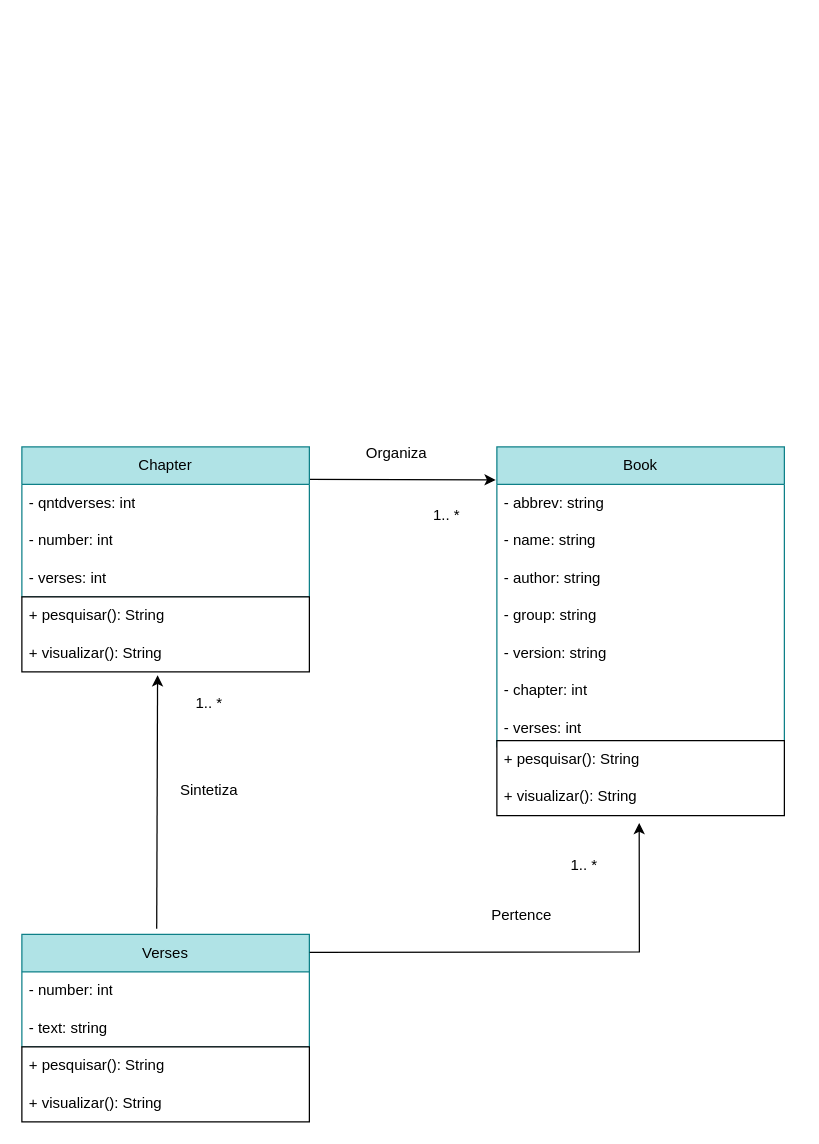
Above: Diagrama sem nome.drawio in GustavoPisanello/ProjetoSpreadBible (draw.io), before the change. Source tidied: cells renumbered, new cells numbered last; positions are measured from the earlier drawing's top-left corner, leaving out a move shared by most shapes. Both pictures are drawn from the tidied source at 125%, with x=0, y=0 at pixel (21, 434).
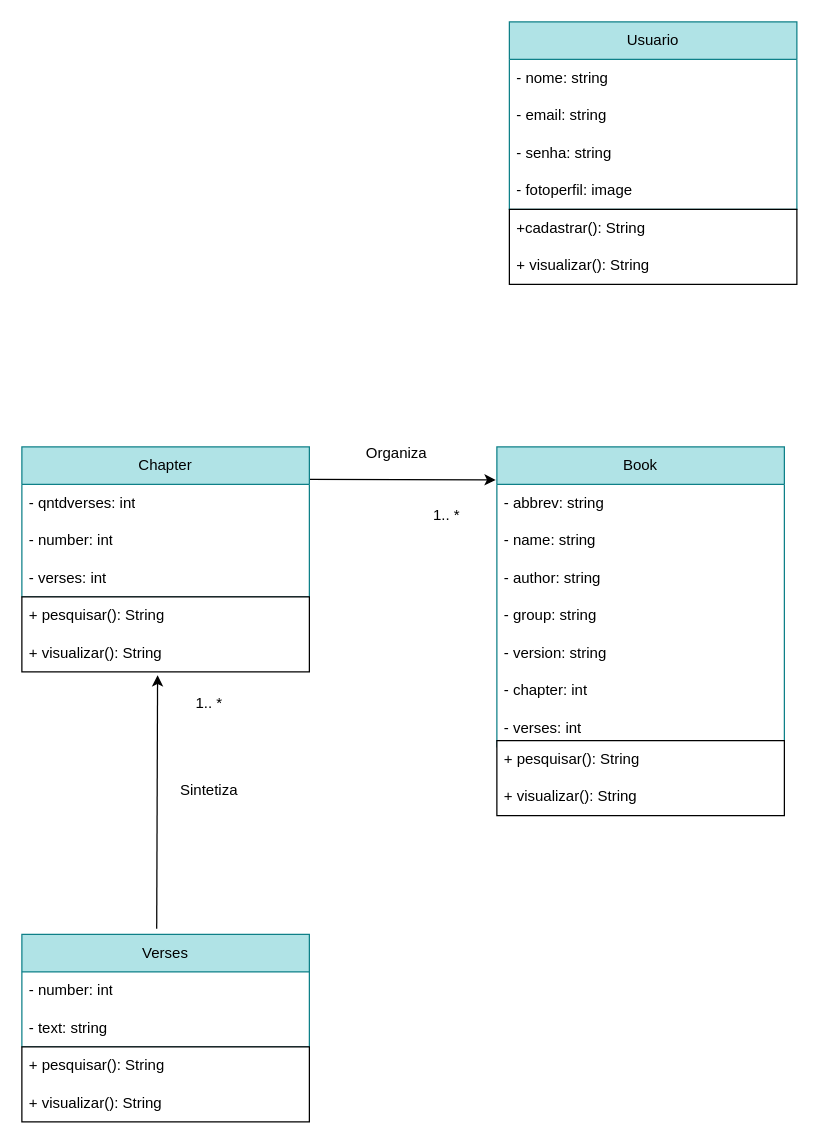
Above is the later version.

Unchanged cells that the change refers to:
```xml
<mxCell id="10" value="Verses" style="swimlane;fontStyle=0;horizontal=1;startSize=30;whiteSpace=wrap;html=1;fillColor=#b0e3e6;strokeColor=#0e8088;" parent="9" vertex="1">
  <mxGeometry width="230" height="90" as="geometry" />
</mxCell>
<mxCell id="37" value="+ visualizar(): String" style="text;strokeColor=none;fillColor=none;align=left;verticalAlign=middle;spacingLeft=4;spacingRight=4;overflow=hidden;points=[[0,0.5],[1,0.5]];portConstraint=eastwest;whiteSpace=wrap;html=1;" parent="1" vertex="1">
  <mxGeometry x="380" y="275" width="230" height="30" as="geometry" />
</mxCell>
```

What changed in the source:
```diff
@@
-    <mxCell id="27" style="endArrow=classic;html=1;rounded=0;exitX=1.001;exitY=0.16;exitDx=0;exitDy=0;exitPerimeter=0;entryX=0.495;entryY=1.195;entryDx=0;entryDy=0;entryPerimeter=0;" parent="1" edge="1" source="10" target="37">
-      <mxGeometry relative="1" as="geometry">
-        <Array as="points">
-          <mxPoint x="494" y="414" />
-        </Array>
-      </mxGeometry>
-    </mxCell>
@@
-    <mxCell id="29" value="1.. *" style="text;html=1;strokeColor=none;fillColor=none;align=center;verticalAlign=middle;whiteSpace=wrap;rounded=0;" parent="1" vertex="1">
-      <mxGeometry x="420" y="330" width="60" height="30" as="geometry" />
-    </mxCell>
@@
-    <mxCell id="38" value="Pertence" style="text;html=1;strokeColor=none;fillColor=none;align=center;verticalAlign=middle;whiteSpace=wrap;rounded=0;" parent="1" vertex="1">
-      <mxGeometry x="370" y="370" width="60" height="30" as="geometry" />
-    </mxCell>
+    <mxCell id="39" style="group;" parent="1" vertex="1">
+      <mxGeometry x="390" y="-330" width="230" height="150" as="geometry" />
+    </mxCell>
+    <mxCell id="40" value="Usuario" style="swimlane;fontStyle=0;horizontal=1;startSize=30;whiteSpace=wrap;html=1;fillColor=#b0e3e6;strokeColor=#0e8088;" parent="39" vertex="1">
+      <mxGeometry width="230" height="150" as="geometry" />
+    </mxCell>
+    <mxCell id="41" value="- nome: string" style="text;align=left;verticalAlign=middle;spacingLeft=4;spacingRight=4;overflow=hidden;whiteSpace=wrap;html=1;" parent="40" vertex="1">
+      <mxGeometry y="30" width="230" height="30" as="geometry" />
+    </mxCell>
+    <mxCell id="42" value="- email: string" style="text;align=left;verticalAlign=middle;spacingLeft=4;spacingRight=4;overflow=hidden;whiteSpace=wrap;html=1;" parent="40" vertex="1">
+      <mxGeometry y="60" width="230" height="30" as="geometry" />
+    </mxCell>
+    <mxCell id="43" value="- senha: string" style="text;align=left;verticalAlign=middle;spacingLeft=4;spacingRight=4;overflow=hidden;whiteSpace=wrap;html=1;" parent="40" vertex="1">
+      <mxGeometry y="90" width="230" height="30" as="geometry" />
+    </mxCell>
+    <mxCell id="44" value="- fotoperfil: image" style="text;align=left;verticalAlign=middle;spacingLeft=4;spacingRight=4;overflow=hidden;whiteSpace=wrap;html=1;" parent="40" vertex="1">
+      <mxGeometry y="120" width="230" height="30" as="geometry" />
+    </mxCell>
+    <mxCell id="45" style="rounded=0;whiteSpace=wrap;html=1;" parent="1" vertex="1">
+      <mxGeometry x="390" y="-180" width="230" height="60" as="geometry" />
+    </mxCell>
+    <mxCell id="46" value="+cadastrar(): String" style="text;strokeColor=none;fillColor=none;align=left;verticalAlign=middle;spacingLeft=4;spacingRight=4;overflow=hidden;whiteSpace=wrap;html=1;" parent="1" vertex="1">
+      <mxGeometry x="390" y="-180" width="230" height="30" as="geometry" />
+    </mxCell>
+    <mxCell id="47" value="+ visualizar(): String" style="text;strokeColor=none;fillColor=none;align=left;verticalAlign=middle;spacingLeft=4;spacingRight=4;overflow=hidden;whiteSpace=wrap;html=1;" parent="1" vertex="1">
+      <mxGeometry x="390" y="-150" width="230" height="30" as="geometry" />
+    </mxCell>
```
